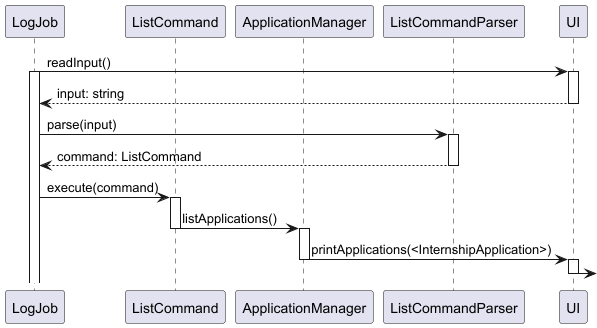
The PlantUML diagram docs/diagrams/sequence-diagrams/list-sequence.png in irfandeen/tp, before a commit. Source of this version:
```plantuml
@startuml

participant LogJob
participant ListCommand
participant ApplicationManager
participant ListCommandParser
participant UI

LogJob -> UI: readInput()
activate LogJob
activate UI
UI --> LogJob: input: string
deactivate

LogJob -> ListCommandParser: parse(input)
activate ListCommandParser
ListCommandParser --> LogJob: command: ListCommand
deactivate

LogJob -> ListCommand: execute(command)
activate ListCommand
ListCommand -> ApplicationManager: listApplications()
deactivate
activate ApplicationManager
ApplicationManager -> UI: printApplications(<InternshipApplication>)
deactivate
activate UI
UI ->
deactivate

@enduml
```
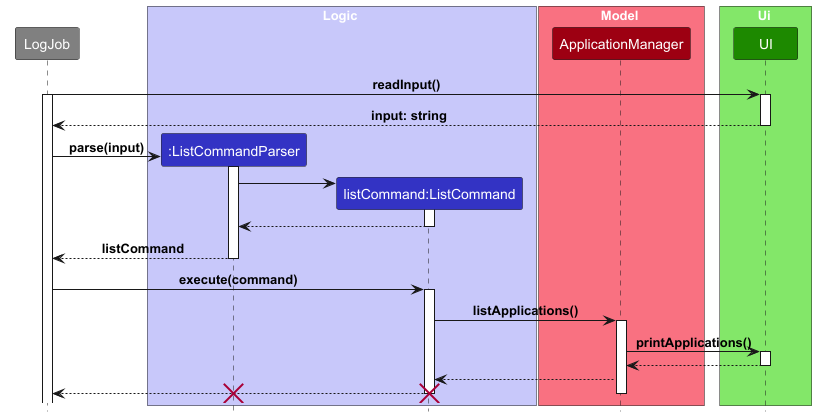
After the commit.

Change to the diagram source:
```diff
@@ -1,10 +1,20 @@
 @startuml
 
-participant LogJob
-participant ListCommand
-participant ApplicationManager
-participant ListCommandParser
-participant UI
+!include ../../style.puml
+
+participant LogJob #grey
+
+box Logic LOGIC_COLOR_T1
+participant ":ListCommandParser" as ListCommandParser LOGIC_COLOR
+participant "listCommand:ListCommand" as ListCommand LOGIC_COLOR
+end box
+
+box Model MODEL_COLOR_T1
+participant ApplicationManager MODEL_COLOR
+end box
+box Ui UI_COLOR_T1
+participant UI UI_COLOR
+end box
 
 LogJob -> UI: readInput()
 activate LogJob
@@ -12,20 +22,34 @@
 UI --> LogJob: input: string
 deactivate
 
+create ListCommandParser
 LogJob -> ListCommandParser: parse(input)
 activate ListCommandParser
-ListCommandParser --> LogJob: command: ListCommand
+
+
+create ListCommand
+ListCommandParser -> ListCommand
+activate ListCommand
+ListCommand --> ListCommandParser
+deactivate
+
+ListCommandParser --> LogJob: listCommand
 deactivate
 
 LogJob -> ListCommand: execute(command)
 activate ListCommand
 ListCommand -> ApplicationManager: listApplications()
+
+activate ApplicationManager
+ApplicationManager -> UI: printApplications()
+
+activate UI
+UI --> ApplicationManager
 deactivate
-activate ApplicationManager
-ApplicationManager -> UI: printApplications(<InternshipApplication>)
+ApplicationManager --> ListCommand
+ListCommand --> LogJob
 deactivate
-activate UI
-UI ->
-deactivate
+destroy ListCommand
+destroy ListCommandParser
 
 @enduml
```
